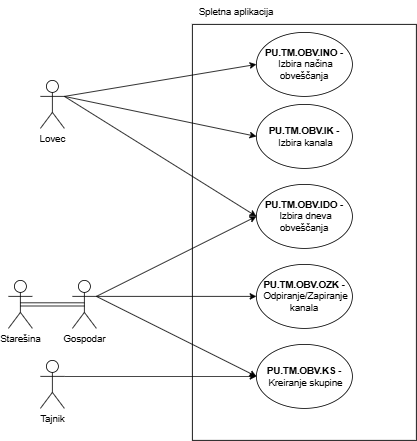
Earlier version of the draw.io export Obvescanje-Spletna aplikacija.drawio.png (ErnestISv/Lovstvo). Source tidied: cells renumbered, new cells last; positions are measured from the earlier drawing's top-left corner, leaving out a move shared by most shapes.
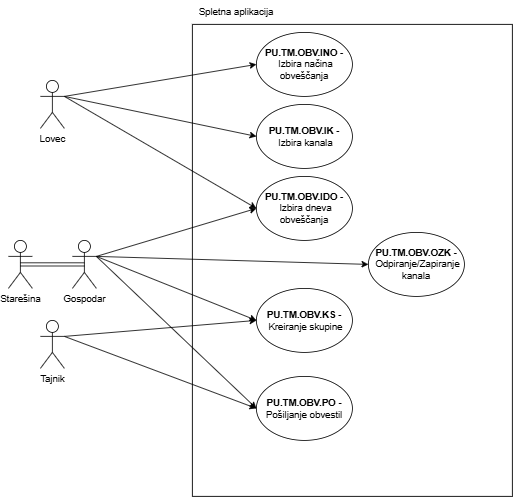
After the commit.

Change to the diagram source:
```diff
@@ -3,7 +3,7 @@
     <mxCell id="0" />
     <mxCell id="1" parent="0" />
     <mxCell id="2" style="rounded=0;whiteSpace=wrap;html=1;" parent="1" vertex="1">
-      <mxGeometry x="230" y="30" width="280" height="520" as="geometry" />
+      <mxGeometry x="230" y="30" width="400" height="590" as="geometry" />
     </mxCell>
     <mxCell id="3" value="Spletna aplikacija" style="text;html=1;align=center;verticalAlign=middle;whiteSpace=wrap;rounded=0;" parent="1" vertex="1">
       <mxGeometry x="230" width="110" height="30" as="geometry" />
@@ -15,7 +15,7 @@
       <mxGeometry x="310" y="40" width="120" height="80" as="geometry" />
     </mxCell>
     <mxCell id="6" value="&lt;b&gt;PU.TM.OBV.OZK -&amp;nbsp;&lt;/b&gt;Odpiranje/Zapiranje kanala" style="ellipse;whiteSpace=wrap;html=1;" parent="1" vertex="1">
-      <mxGeometry x="310" y="330" width="120" height="80" as="geometry" />
+      <mxGeometry x="450" y="290" width="120" height="80" as="geometry" />
     </mxCell>
     <mxCell id="7" value="Lovec" style="shape=umlActor;verticalLabelPosition=bottom;verticalAlign=top;html=1;outlineConnect=0;" parent="1" vertex="1">
       <mxGeometry x="40" y="100" width="30" height="60" as="geometry" />
@@ -27,10 +27,10 @@
       <mxGeometry relative="1" as="geometry" />
     </mxCell>
     <mxCell id="10" value="Starešina" style="shape=umlActor;verticalLabelPosition=bottom;verticalAlign=top;html=1;outlineConnect=0;" parent="1" vertex="1">
-      <mxGeometry y="350" width="30" height="60" as="geometry" />
+      <mxGeometry y="300" width="30" height="60" as="geometry" />
     </mxCell>
     <mxCell id="11" value="Gospodar" style="shape=umlActor;verticalLabelPosition=bottom;verticalAlign=top;html=1;outlineConnect=0;" parent="1" vertex="1">
-      <mxGeometry x="80" y="350" width="30" height="60" as="geometry" />
+      <mxGeometry x="80" y="300" width="30" height="60" as="geometry" />
     </mxCell>
     <mxCell id="12" style="endArrow=classic;html=1;rounded=0;exitX=0.5;exitY=0.5;exitDx=0;exitDy=0;exitPerimeter=0;entryX=0.5;entryY=0.5;entryDx=0;entryDy=0;entryPerimeter=0;shape=link;" parent="1" edge="1" source="10" target="11">
       <mxGeometry relative="1" as="geometry" />
@@ -39,19 +39,19 @@
       <mxGeometry relative="1" as="geometry" />
     </mxCell>
     <mxCell id="14" value="&lt;b&gt;PU.TM.OBV.KS&amp;nbsp;-&amp;nbsp;&lt;/b&gt;Kreiranje skupine" style="ellipse;whiteSpace=wrap;html=1;" parent="1" vertex="1">
-      <mxGeometry x="310" y="430" width="120" height="80" as="geometry" />
+      <mxGeometry x="310" y="360" width="120" height="80" as="geometry" />
     </mxCell>
     <mxCell id="15" style="endArrow=classic;html=1;rounded=0;exitX=1;exitY=0.3333333333333333;exitDx=0;exitDy=0;exitPerimeter=0;entryX=0;entryY=0.5;entryDx=0;entryDy=0;" parent="1" edge="1" source="11" target="14">
       <mxGeometry relative="1" as="geometry" />
     </mxCell>
     <mxCell id="16" value="Tajnik" style="shape=umlActor;verticalLabelPosition=bottom;verticalAlign=top;html=1;outlineConnect=0;" parent="1" vertex="1">
-      <mxGeometry x="40" y="450" width="30" height="60" as="geometry" />
+      <mxGeometry x="40" y="400" width="30" height="60" as="geometry" />
     </mxCell>
     <mxCell id="17" style="endArrow=classic;html=1;rounded=0;exitX=1;exitY=0.3333333333333333;exitDx=0;exitDy=0;exitPerimeter=0;entryX=0;entryY=0.5;entryDx=0;entryDy=0;" parent="1" edge="1" source="16" target="14">
       <mxGeometry relative="1" as="geometry" />
     </mxCell>
     <mxCell id="18" value="&lt;b&gt;PU.TM.OBV.IDO -&lt;/b&gt;&amp;nbsp;Izbira dneva obveščanja" style="ellipse;whiteSpace=wrap;html=1;" parent="1" vertex="1">
-      <mxGeometry x="310" y="230" width="120" height="80" as="geometry" />
+      <mxGeometry x="310" y="220" width="120" height="80" as="geometry" />
     </mxCell>
     <mxCell id="19" style="endArrow=classic;html=1;rounded=0;exitX=1;exitY=0.3333333333333333;exitDx=0;exitDy=0;exitPerimeter=0;entryX=0;entryY=0.5;entryDx=0;entryDy=0;" parent="1" edge="1" source="11" target="18">
       <mxGeometry relative="1" as="geometry" />
@@ -59,5 +59,14 @@
     <mxCell id="20" style="endArrow=classic;html=1;rounded=0;exitX=1;exitY=0.3333333333333333;exitDx=0;exitDy=0;exitPerimeter=0;entryX=0;entryY=0.5;entryDx=0;entryDy=0;" parent="1" edge="1" source="7" target="18">
       <mxGeometry relative="1" as="geometry" />
     </mxCell>
+    <mxCell id="21" value="&lt;b&gt;PU.TM.OBV.PO - &lt;/b&gt;Pošiljanje obvestil" style="ellipse;whiteSpace=wrap;html=1;" parent="1" vertex="1">
+      <mxGeometry x="310" y="470" width="120" height="80" as="geometry" />
+    </mxCell>
+    <mxCell id="22" style="endArrow=classic;html=1;rounded=0;exitX=1;exitY=0.3333333333333333;exitDx=0;exitDy=0;exitPerimeter=0;entryX=0;entryY=0.5;entryDx=0;entryDy=0;" parent="1" edge="1" source="11" target="21">
+      <mxGeometry relative="1" as="geometry" />
+    </mxCell>
+    <mxCell id="23" style="endArrow=classic;html=1;rounded=0;exitX=1;exitY=0.3333333333333333;exitDx=0;exitDy=0;exitPerimeter=0;entryX=0;entryY=0.5;entryDx=0;entryDy=0;" parent="1" edge="1" source="16" target="21">
+      <mxGeometry relative="1" as="geometry" />
+    </mxCell>
   </root>
 </mxGraphModel>
```
